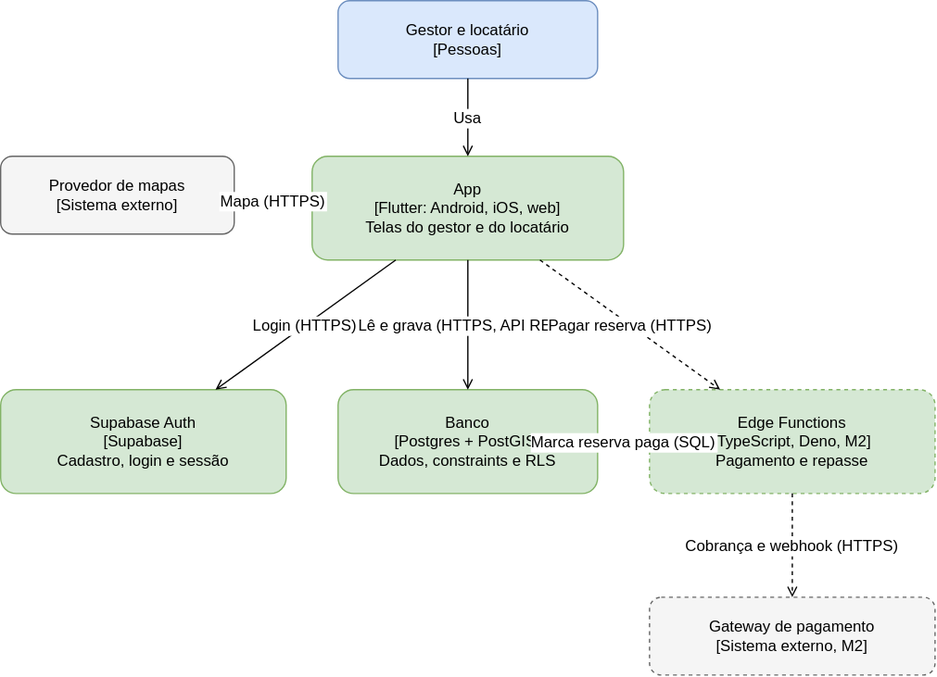
Above: docs/architecture/diagrams/containers.drawio.svg in CaioLanu/Time-Contra (draw.io), before the change. Source tidied: cells renumbered, new cells last; positions are measured from the earlier drawing's top-left corner, leaving out a move shared by most shapes. The source it was exported from:
```xml
<mxGraphModel background="#ffffff">
  <root>
    <mxCell id="0" />
    <mxCell id="1" parent="0" />
    <mxCell id="2" value="Gestor e locatário&#10;[Pessoas]" style="html=0;whiteSpace=wrap;fontSize=12;rounded=1;fillColor=#dae8fc;strokeColor=#6c8ebf;" parent="1" vertex="1">
      <mxGeometry x="260" width="200" height="60" as="geometry" />
    </mxCell>
    <mxCell id="3" value="App&#10;[Flutter: Android, iOS, web]&#10;Telas do gestor e do locatário" style="html=0;whiteSpace=wrap;fontSize=12;rounded=1;fillColor=#d5e8d4;strokeColor=#82b366;" parent="1" vertex="1">
      <mxGeometry x="240" y="120" width="240" height="80" as="geometry" />
    </mxCell>
    <mxCell id="4" value="Supabase Auth&#10;[Supabase]&#10;Cadastro, login e sessão" style="html=0;whiteSpace=wrap;fontSize=12;rounded=1;fillColor=#d5e8d4;strokeColor=#82b366;" parent="1" vertex="1">
      <mxGeometry y="300" width="220" height="80" as="geometry" />
    </mxCell>
    <mxCell id="5" value="Banco&#10;[Postgres + PostGIS]&#10;Dados, constraints e RLS" style="html=0;whiteSpace=wrap;fontSize=12;rounded=1;fillColor=#d5e8d4;strokeColor=#82b366;" parent="1" vertex="1">
      <mxGeometry x="260" y="300" width="200" height="80" as="geometry" />
    </mxCell>
    <mxCell id="6" value="Edge Functions&#10;[TypeScript, Deno, M2]&#10;Pagamento e repasse" style="html=0;whiteSpace=wrap;fontSize=12;rounded=1;fillColor=#d5e8d4;strokeColor=#82b366;dashed=1;" parent="1" vertex="1">
      <mxGeometry x="500" y="300" width="220" height="80" as="geometry" />
    </mxCell>
    <mxCell id="7" value="Provedor de mapas&#10;[Sistema externo]" style="html=0;whiteSpace=wrap;fontSize=12;rounded=1;fillColor=#f5f5f5;strokeColor=#666666;" parent="1" vertex="1">
      <mxGeometry y="120" width="180" height="60" as="geometry" />
    </mxCell>
    <mxCell id="8" value="Gateway de pagamento&#10;[Sistema externo, M2]" style="html=0;whiteSpace=wrap;fontSize=12;rounded=1;fillColor=#f5f5f5;strokeColor=#666666;dashed=1;" parent="1" vertex="1">
      <mxGeometry x="500" y="460" width="220" height="60" as="geometry" />
    </mxCell>
    <mxCell id="9" value="Usa" style="html=0;fontSize=12;endArrow=open;labelBackgroundColor=#ffffff;" parent="1" edge="1" source="2" target="3">
      <mxGeometry relative="1" as="geometry" />
    </mxCell>
    <mxCell id="10" value="Login (HTTPS)" style="html=0;fontSize=12;endArrow=open;labelBackgroundColor=#ffffff;" parent="1" edge="1" source="3" target="4">
      <mxGeometry relative="1" as="geometry" />
    </mxCell>
    <mxCell id="11" value="Lê e grava (HTTPS, API REST)" style="html=0;fontSize=12;endArrow=open;labelBackgroundColor=#ffffff;" parent="1" edge="1" source="3" target="5">
      <mxGeometry relative="1" as="geometry" />
    </mxCell>
    <mxCell id="12" value="Pagar reserva (HTTPS)" style="html=0;fontSize=12;endArrow=open;labelBackgroundColor=#ffffff;dashed=1;" parent="1" edge="1" source="3" target="6">
      <mxGeometry relative="1" as="geometry" />
    </mxCell>
    <mxCell id="13" value="Mapa (HTTPS)" style="html=0;fontSize=12;endArrow=open;labelBackgroundColor=#ffffff;" parent="1" edge="1" source="3" target="7">
      <mxGeometry relative="1" as="geometry" />
    </mxCell>
    <mxCell id="14" value="Marca reserva paga (SQL)" style="html=0;fontSize=12;endArrow=open;labelBackgroundColor=#ffffff;dashed=1;" parent="1" edge="1" source="6" target="5">
      <mxGeometry relative="1" as="geometry" />
    </mxCell>
    <mxCell id="15" value="Cobrança e webhook (HTTPS)" style="html=0;fontSize=12;endArrow=open;labelBackgroundColor=#ffffff;dashed=1;" parent="1" edge="1" source="6" target="8">
      <mxGeometry relative="1" as="geometry" />
    </mxCell>
  </root>
</mxGraphModel>
```
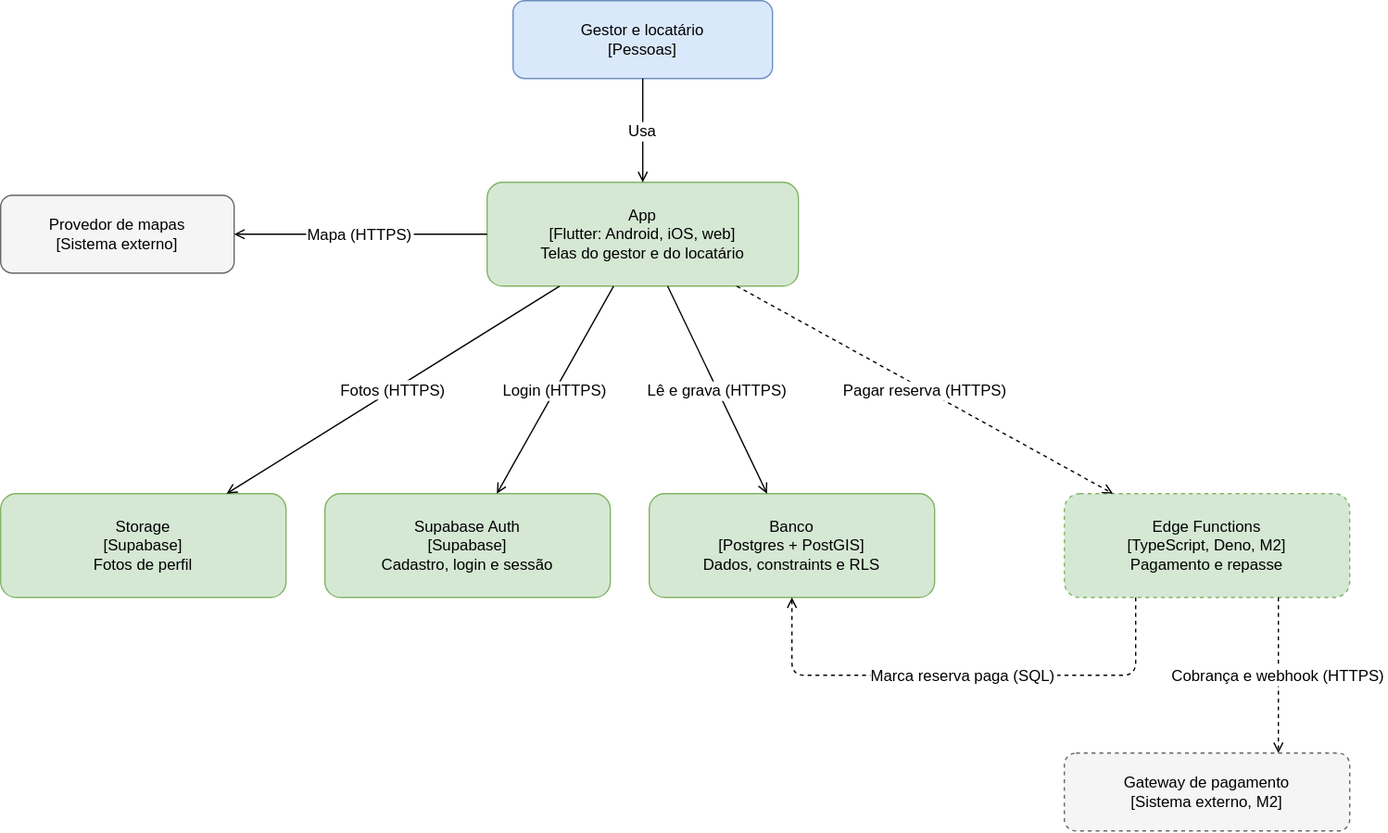
The same file after the commit.

What changed in the source:
```diff
@@ -3,46 +3,57 @@
     <mxCell id="0" />
     <mxCell id="1" parent="0" />
     <mxCell id="2" value="Gestor e locatário&#10;[Pessoas]" style="html=0;whiteSpace=wrap;fontSize=12;rounded=1;fillColor=#dae8fc;strokeColor=#6c8ebf;" parent="1" vertex="1">
-      <mxGeometry x="260" width="200" height="60" as="geometry" />
+      <mxGeometry x="375" width="200" height="60" as="geometry" />
     </mxCell>
     <mxCell id="3" value="App&#10;[Flutter: Android, iOS, web]&#10;Telas do gestor e do locatário" style="html=0;whiteSpace=wrap;fontSize=12;rounded=1;fillColor=#d5e8d4;strokeColor=#82b366;" parent="1" vertex="1">
-      <mxGeometry x="240" y="120" width="240" height="80" as="geometry" />
+      <mxGeometry x="355" y="140" width="240" height="80" as="geometry" />
     </mxCell>
-    <mxCell id="4" value="Supabase Auth&#10;[Supabase]&#10;Cadastro, login e sessão" style="html=0;whiteSpace=wrap;fontSize=12;rounded=1;fillColor=#d5e8d4;strokeColor=#82b366;" parent="1" vertex="1">
-      <mxGeometry y="300" width="220" height="80" as="geometry" />
+    <mxCell id="4" value="Storage&#10;[Supabase]&#10;Fotos de perfil" style="html=0;whiteSpace=wrap;fontSize=12;rounded=1;fillColor=#d5e8d4;strokeColor=#82b366;" parent="1" vertex="1">
+      <mxGeometry x="-20" y="380" width="220" height="80" as="geometry" />
     </mxCell>
-    <mxCell id="5" value="Banco&#10;[Postgres + PostGIS]&#10;Dados, constraints e RLS" style="html=0;whiteSpace=wrap;fontSize=12;rounded=1;fillColor=#d5e8d4;strokeColor=#82b366;" parent="1" vertex="1">
-      <mxGeometry x="260" y="300" width="200" height="80" as="geometry" />
+    <mxCell id="5" value="Supabase Auth&#10;[Supabase]&#10;Cadastro, login e sessão" style="html=0;whiteSpace=wrap;fontSize=12;rounded=1;fillColor=#d5e8d4;strokeColor=#82b366;" parent="1" vertex="1">
+      <mxGeometry x="230" y="380" width="220" height="80" as="geometry" />
     </mxCell>
-    <mxCell id="6" value="Edge Functions&#10;[TypeScript, Deno, M2]&#10;Pagamento e repasse" style="html=0;whiteSpace=wrap;fontSize=12;rounded=1;fillColor=#d5e8d4;strokeColor=#82b366;dashed=1;" parent="1" vertex="1">
-      <mxGeometry x="500" y="300" width="220" height="80" as="geometry" />
+    <mxCell id="6" value="Banco&#10;[Postgres + PostGIS]&#10;Dados, constraints e RLS" style="html=0;whiteSpace=wrap;fontSize=12;rounded=1;fillColor=#d5e8d4;strokeColor=#82b366;" parent="1" vertex="1">
+      <mxGeometry x="480" y="380" width="220" height="80" as="geometry" />
     </mxCell>
-    <mxCell id="7" value="Provedor de mapas&#10;[Sistema externo]" style="html=0;whiteSpace=wrap;fontSize=12;rounded=1;fillColor=#f5f5f5;strokeColor=#666666;" parent="1" vertex="1">
-      <mxGeometry y="120" width="180" height="60" as="geometry" />
+    <mxCell id="7" value="Edge Functions&#10;[TypeScript, Deno, M2]&#10;Pagamento e repasse" style="html=0;whiteSpace=wrap;fontSize=12;rounded=1;fillColor=#d5e8d4;strokeColor=#82b366;dashed=1;" parent="1" vertex="1">
+      <mxGeometry x="800" y="380" width="220" height="80" as="geometry" />
     </mxCell>
-    <mxCell id="8" value="Gateway de pagamento&#10;[Sistema externo, M2]" style="html=0;whiteSpace=wrap;fontSize=12;rounded=1;fillColor=#f5f5f5;strokeColor=#666666;dashed=1;" parent="1" vertex="1">
-      <mxGeometry x="500" y="460" width="220" height="60" as="geometry" />
+    <mxCell id="8" value="Provedor de mapas&#10;[Sistema externo]" style="html=0;whiteSpace=wrap;fontSize=12;rounded=1;fillColor=#f5f5f5;strokeColor=#666666;" parent="1" vertex="1">
+      <mxGeometry x="-20" y="150" width="180" height="60" as="geometry" />
     </mxCell>
-    <mxCell id="9" value="Usa" style="html=0;fontSize=12;endArrow=open;labelBackgroundColor=#ffffff;" parent="1" edge="1" source="2" target="3">
-      <mxGeometry relative="1" as="geometry" />
+    <mxCell id="9" value="Gateway de pagamento&#10;[Sistema externo, M2]" style="html=0;whiteSpace=wrap;fontSize=12;rounded=1;fillColor=#f5f5f5;strokeColor=#666666;dashed=1;" parent="1" vertex="1">
+      <mxGeometry x="800" y="580" width="220" height="60" as="geometry" />
     </mxCell>
-    <mxCell id="10" value="Login (HTTPS)" style="html=0;fontSize=12;endArrow=open;labelBackgroundColor=#ffffff;" parent="1" edge="1" source="3" target="4">
+    <mxCell id="10" value="Usa" style="html=0;fontSize=12;endArrow=open;labelBackgroundColor=#ffffff;" parent="1" edge="1" source="2" target="3">
       <mxGeometry relative="1" as="geometry" />
     </mxCell>
-    <mxCell id="11" value="Lê e grava (HTTPS, API REST)" style="html=0;fontSize=12;endArrow=open;labelBackgroundColor=#ffffff;" parent="1" edge="1" source="3" target="5">
+    <mxCell id="11" value="Fotos (HTTPS)" style="html=0;fontSize=12;endArrow=open;labelBackgroundColor=#ffffff;" parent="1" edge="1" source="3" target="4">
       <mxGeometry relative="1" as="geometry" />
     </mxCell>
-    <mxCell id="12" value="Pagar reserva (HTTPS)" style="html=0;fontSize=12;endArrow=open;labelBackgroundColor=#ffffff;dashed=1;" parent="1" edge="1" source="3" target="6">
+    <mxCell id="12" value="Login (HTTPS)" style="html=0;fontSize=12;endArrow=open;labelBackgroundColor=#ffffff;" parent="1" edge="1" source="3" target="5">
       <mxGeometry relative="1" as="geometry" />
     </mxCell>
-    <mxCell id="13" value="Mapa (HTTPS)" style="html=0;fontSize=12;endArrow=open;labelBackgroundColor=#ffffff;" parent="1" edge="1" source="3" target="7">
+    <mxCell id="13" value="Lê e grava (HTTPS)" style="html=0;fontSize=12;endArrow=open;labelBackgroundColor=#ffffff;" parent="1" edge="1" source="3" target="6">
       <mxGeometry relative="1" as="geometry" />
     </mxCell>
-    <mxCell id="14" value="Marca reserva paga (SQL)" style="html=0;fontSize=12;endArrow=open;labelBackgroundColor=#ffffff;dashed=1;" parent="1" edge="1" source="6" target="5">
+    <mxCell id="14" value="Pagar reserva (HTTPS)" style="html=0;fontSize=12;endArrow=open;labelBackgroundColor=#ffffff;dashed=1;" parent="1" edge="1" source="3" target="7">
       <mxGeometry relative="1" as="geometry" />
     </mxCell>
-    <mxCell id="15" value="Cobrança e webhook (HTTPS)" style="html=0;fontSize=12;endArrow=open;labelBackgroundColor=#ffffff;dashed=1;" parent="1" edge="1" source="6" target="8">
+    <mxCell id="15" value="Mapa (HTTPS)" style="html=0;fontSize=12;endArrow=open;labelBackgroundColor=#ffffff;" parent="1" edge="1" source="3" target="8">
       <mxGeometry relative="1" as="geometry" />
     </mxCell>
+    <mxCell id="16" value="Marca reserva paga (SQL)" style="html=0;fontSize=12;endArrow=open;labelBackgroundColor=#ffffff;dashed=1;exitX=0.25;exitY=1;entryX=0.5;entryY=1;" parent="1" edge="1" source="7" target="6">
+      <mxGeometry relative="1" as="geometry">
+        <Array as="points">
+          <mxPoint x="855" y="520" />
+          <mxPoint x="590" y="520" />
+        </Array>
+      </mxGeometry>
+    </mxCell>
+    <mxCell id="17" value="Cobrança e webhook (HTTPS)" style="html=0;fontSize=12;endArrow=open;labelBackgroundColor=#ffffff;dashed=1;exitX=0.75;exitY=1;entryX=0.75;entryY=0;" parent="1" edge="1" source="7" target="9">
+      <mxGeometry relative="1" as="geometry" />
+    </mxCell>
   </root>
 </mxGraphModel>
```
